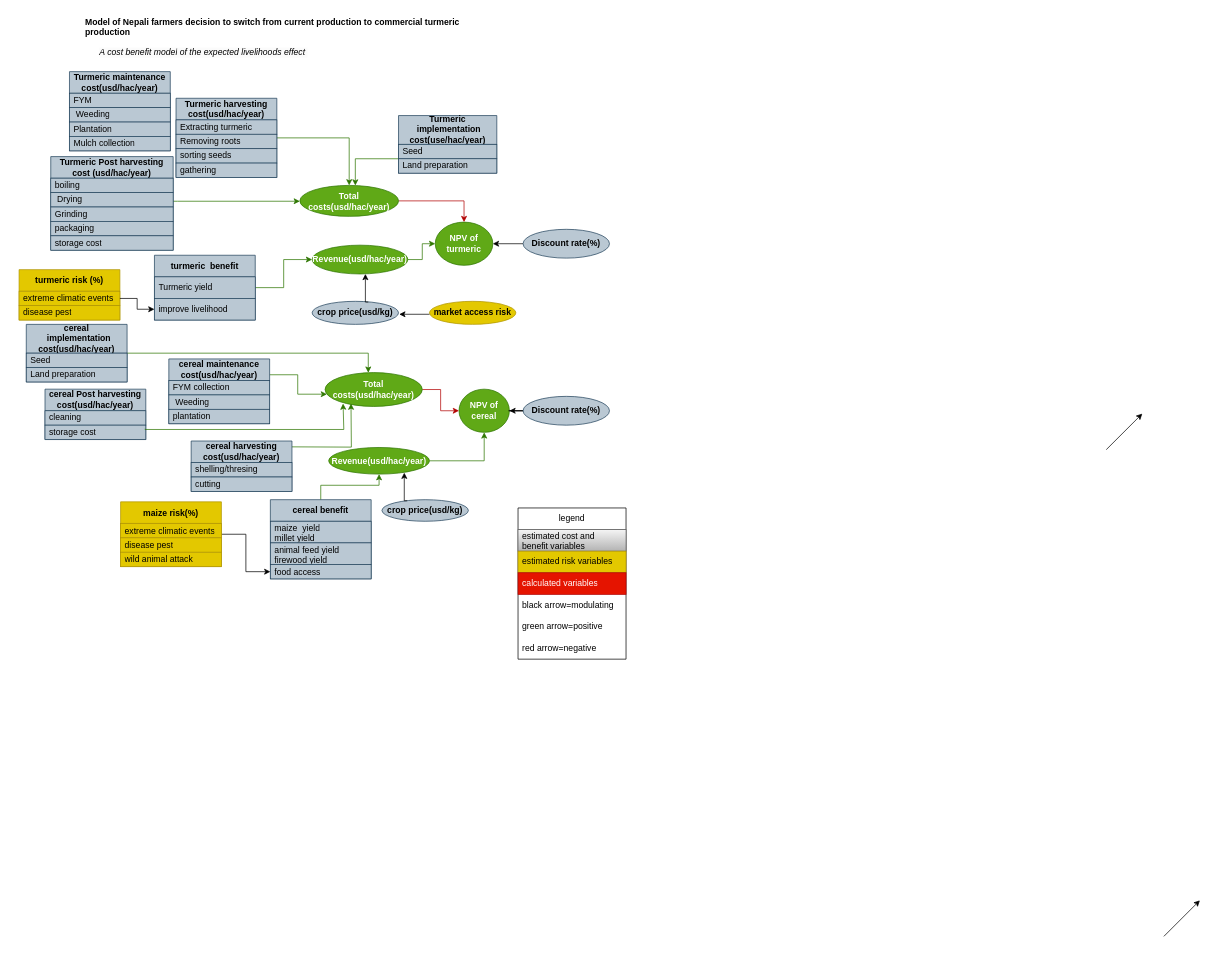
The draw.io diagram Untitled Diagram.drawio in AditiBista/masterthesis, before the edit. Source tidied: cells renumbered, new cells numbered last; positions are measured from the earlier drawing's top-left corner, leaving out a move shared by most shapes. Both pictures are drawn from the tidied source at 72%, with x=0, y=0 at pixel (19, 12).
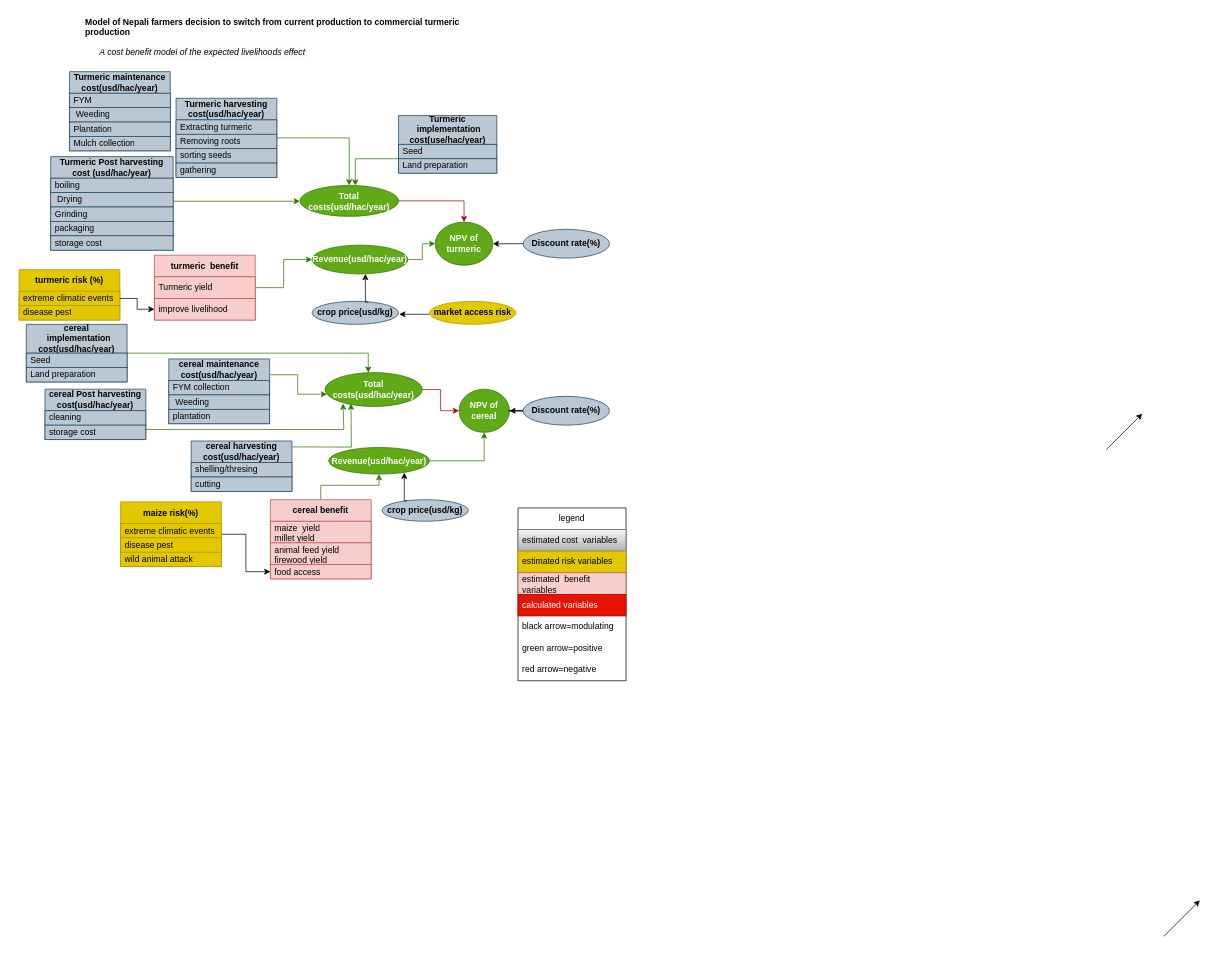
After the change.

Change to the diagram source:
```diff
@@
-    <mxCell id="21" value="&lt;b&gt;cereal benefit&lt;/b&gt;" style="swimlane;fontStyle=0;horizontal=1;startSize=30;whiteSpace=wrap;html=1;fillColor=#bac8d3;strokeColor=#23445d;" parent="1" vertex="1">
+    <mxCell id="21" value="&lt;b&gt;cereal benefit&lt;/b&gt;" style="swimlane;fontStyle=0;horizontal=1;startSize=30;whiteSpace=wrap;html=1;fillColor=#f8cecc;strokeColor=#b85450;" parent="1" vertex="1">
       <mxGeometry x="349" y="676.5" width="140" height="110" as="geometry" />
     </mxCell>
-    <mxCell id="22" value="maize &amp;nbsp;yield &lt;br&gt;millet yield" style="text;strokeColor=#23445d;fillColor=#bac8d3;align=left;verticalAlign=middle;spacingLeft=4;spacingRight=4;overflow=hidden;whiteSpace=wrap;html=1;" parent="21" vertex="1">
+    <mxCell id="22" value="maize &amp;nbsp;yield &lt;br&gt;millet yield" style="text;strokeColor=#b85450;fillColor=#f8cecc;align=left;verticalAlign=middle;spacingLeft=4;spacingRight=4;overflow=hidden;whiteSpace=wrap;html=1;" parent="21" vertex="1">
       <mxGeometry y="30" width="140" height="30" as="geometry" />
     </mxCell>
-    <mxCell id="23" value="animal feed yield firewood yield" style="text;strokeColor=#23445d;fillColor=#bac8d3;align=left;verticalAlign=middle;spacingLeft=4;spacingRight=4;overflow=hidden;whiteSpace=wrap;html=1;" parent="21" vertex="1">
+    <mxCell id="23" value="animal feed yield firewood yield" style="text;strokeColor=#b85450;fillColor=#f8cecc;align=left;verticalAlign=middle;spacingLeft=4;spacingRight=4;overflow=hidden;whiteSpace=wrap;html=1;" parent="21" vertex="1">
       <mxGeometry y="60" width="140" height="30" as="geometry" />
     </mxCell>
-    <mxCell id="24" value="food access" style="text;strokeColor=#23445d;fillColor=#bac8d3;align=left;verticalAlign=middle;spacingLeft=4;spacingRight=4;overflow=hidden;points=[[0,0.5],[1,0.5]];portConstraint=eastwest;whiteSpace=wrap;html=1;" parent="21" vertex="1">
+    <mxCell id="24" value="food access" style="text;strokeColor=#b85450;fillColor=#f8cecc;align=left;verticalAlign=middle;spacingLeft=4;spacingRight=4;overflow=hidden;points=[[0,0.5],[1,0.5]];portConstraint=eastwest;whiteSpace=wrap;html=1;" parent="21" vertex="1">
       <mxGeometry y="90" width="140" height="20" as="geometry" />
     </mxCell>
@@
-    <mxCell id="27" value="&lt;b&gt;turmeric &amp;nbsp;benefit&lt;/b&gt;" style="swimlane;fontStyle=0;horizontal=1;startSize=30;whiteSpace=wrap;html=1;fillColor=#bac8d3;strokeColor=#23445d;" parent="1" vertex="1">
+    <mxCell id="27" value="&lt;b&gt;turmeric &amp;nbsp;benefit&lt;/b&gt;" style="swimlane;fontStyle=0;horizontal=1;startSize=30;whiteSpace=wrap;html=1;fillColor=#f8cecc;strokeColor=#b85450;" parent="1" vertex="1">
       <mxGeometry x="188" y="337" width="140" height="90" as="geometry" />
     </mxCell>
-    <mxCell id="28" value="Turmeric yield" style="text;strokeColor=#23445d;fillColor=#bac8d3;align=left;verticalAlign=middle;spacingLeft=4;spacingRight=4;overflow=hidden;whiteSpace=wrap;html=1;" parent="27" vertex="1">
+    <mxCell id="28" value="Turmeric yield" style="text;strokeColor=#b85450;fillColor=#f8cecc;align=left;verticalAlign=middle;spacingLeft=4;spacingRight=4;overflow=hidden;whiteSpace=wrap;html=1;" parent="27" vertex="1">
       <mxGeometry y="30" width="140" height="30" as="geometry" />
     </mxCell>
-    <mxCell id="29" value="improve livelihood" style="text;strokeColor=#23445d;fillColor=#bac8d3;align=left;verticalAlign=middle;spacingLeft=4;spacingRight=4;overflow=hidden;points=[[0,0.5],[1,0.5]];portConstraint=eastwest;whiteSpace=wrap;html=1;" parent="27" vertex="1">
+    <mxCell id="29" value="improve livelihood" style="text;strokeColor=#b85450;fillColor=#f8cecc;align=left;verticalAlign=middle;spacingLeft=4;spacingRight=4;overflow=hidden;points=[[0,0.5],[1,0.5]];portConstraint=eastwest;whiteSpace=wrap;html=1;" parent="27" vertex="1">
       <mxGeometry y="60" width="140" height="30" as="geometry" />
     </mxCell>
@@
     <mxCell id="82" value="legend" style="swimlane;fontStyle=0;horizontal=1;startSize=30;whiteSpace=wrap;html=1;" parent="1" vertex="1">
-      <mxGeometry x="693" y="688" width="150" height="210" as="geometry" />
+      <mxGeometry x="693" y="688" width="150" height="240" as="geometry" />
     </mxCell>
-    <mxCell id="83" value="estimated cost and benefit variables" style="text;strokeColor=#666666;fillColor=#f5f5f5;align=left;verticalAlign=middle;spacingLeft=4;spacingRight=4;overflow=hidden;whiteSpace=wrap;html=1;gradientColor=#b3b3b3;" parent="82" vertex="1">
+    <mxCell id="83" value="estimated cost &amp;nbsp;variables" style="text;strokeColor=#666666;fillColor=#f5f5f5;align=left;verticalAlign=middle;spacingLeft=4;spacingRight=4;overflow=hidden;whiteSpace=wrap;html=1;gradientColor=#b3b3b3;" parent="82" vertex="1">
       <mxGeometry y="30" width="150" height="30" as="geometry" />
     </mxCell>
@@
+    <mxCell id="93" value="estimated &amp;nbsp;benefit variables" style="text;strokeColor=#b85450;fillColor=#f8cecc;align=left;verticalAlign=middle;spacingLeft=4;spacingRight=4;overflow=hidden;whiteSpace=wrap;html=1;" parent="82" vertex="1">
+      <mxGeometry y="90" width="150" height="30" as="geometry" />
+    </mxCell>
     <mxCell id="85" value="calculated variables" style="text;strokeColor=#B20000;fillColor=#e51400;align=left;verticalAlign=middle;spacingLeft=4;spacingRight=4;overflow=hidden;whiteSpace=wrap;html=1;fontColor=#ffffff;" parent="82" vertex="1">
-      <mxGeometry y="90" width="150" height="30" as="geometry" />
+      <mxGeometry y="120" width="150" height="30" as="geometry" />
     </mxCell>
     <mxCell id="86" value="black arrow=modulating" style="text;strokeColor=none;fillColor=none;align=left;verticalAlign=middle;spacingLeft=4;spacingRight=4;overflow=hidden;whiteSpace=wrap;html=1;" parent="82" vertex="1">
-      <mxGeometry y="120" width="150" height="30" as="geometry" />
+      <mxGeometry y="150" width="150" height="30" as="geometry" />
     </mxCell>
     <mxCell id="87" value="green arrow=positive" style="text;strokeColor=none;fillColor=none;align=left;verticalAlign=middle;spacingLeft=4;spacingRight=4;overflow=hidden;whiteSpace=wrap;html=1;" parent="82" vertex="1">
-      <mxGeometry y="150" width="150" height="30" as="geometry" />
+      <mxGeometry y="180" width="150" height="30" as="geometry" />
     </mxCell>
     <mxCell id="88" value="red arrow=negative" style="text;strokeColor=none;fillColor=none;align=left;verticalAlign=middle;spacingLeft=4;spacingRight=4;overflow=hidden;whiteSpace=wrap;html=1;" parent="82" vertex="1">
-      <mxGeometry y="180" width="150" height="30" as="geometry" />
+      <mxGeometry y="210" width="150" height="30" as="geometry" />
     </mxCell>
```
